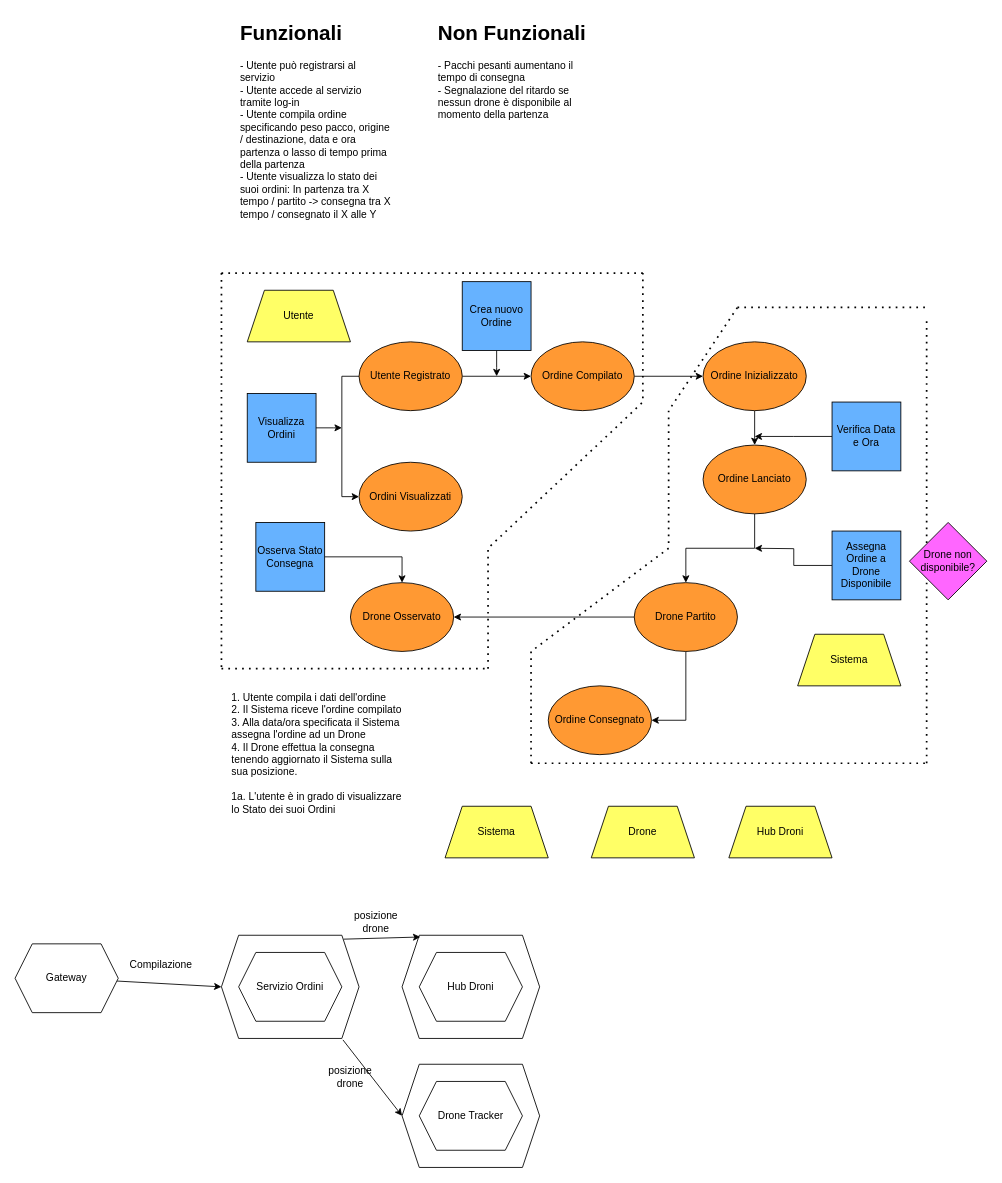
This is doc/event_storming_system.drawio from AlessandroStefani/sap_assignment01, a draw.io file, before an edit. Source tidied: cells renumbered, new cells numbered last; positions are measured from the earlier drawing's top-left corner, leaving out a move shared by most shapes. Both pictures are drawn from the tidied source at 86%, with x=0, y=0 at pixel (15, 15).
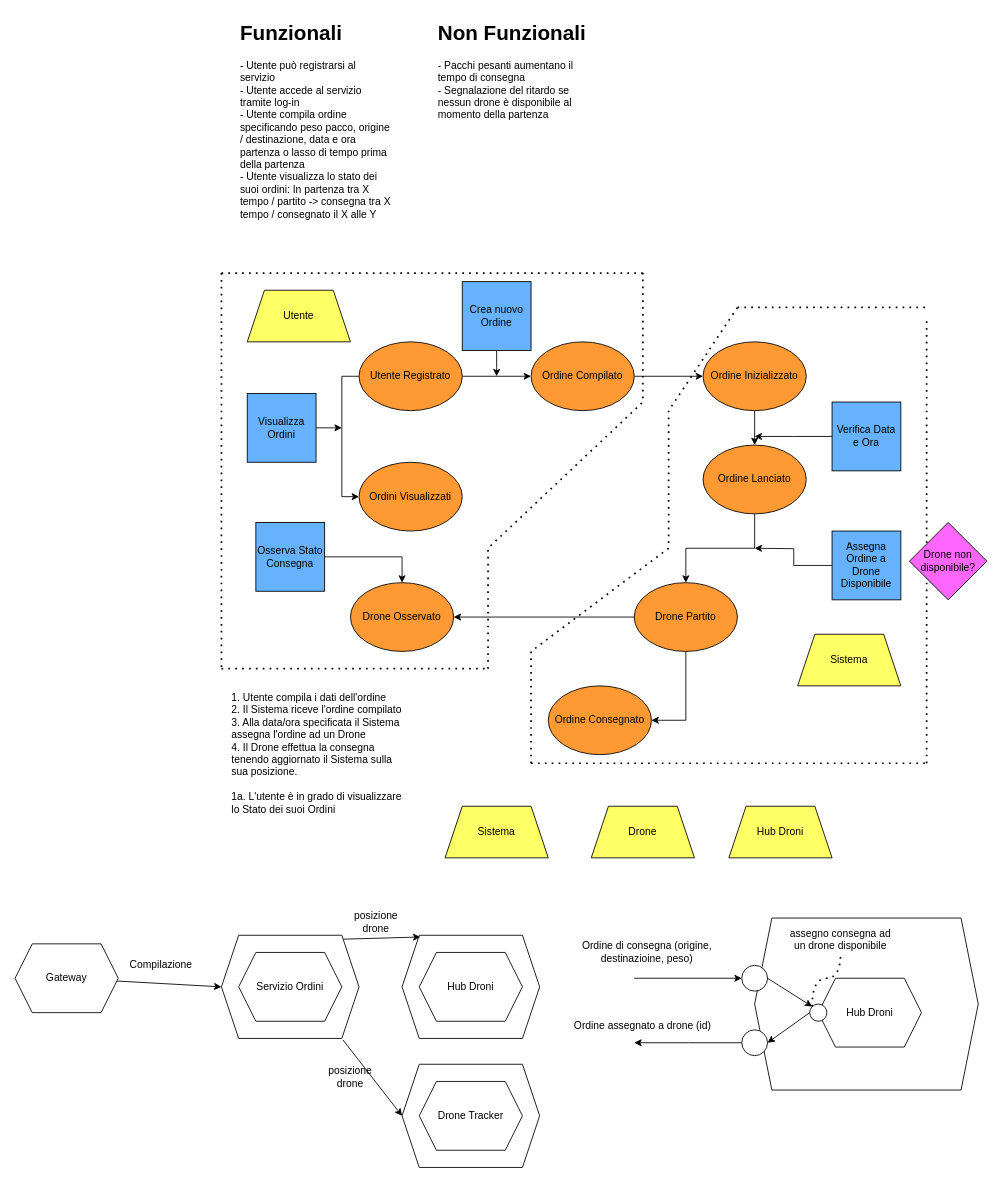
The same diagram, later.

Commit message:
add indication of inbound & outbound port + adapter for drone hub service

The edit, as a diff of the source:
```diff
@@
+    <mxCell id="58" value="Hub Droni" style="shape=hexagon;perimeter=hexagonPerimeter2;whiteSpace=wrap;html=1;fixedSize=1;" parent="1" vertex="1">
+      <mxGeometry x="934" y="1120" width="120" height="80" as="geometry" />
+    </mxCell>
+    <mxCell id="59" style="shape=hexagon;perimeter=hexagonPerimeter2;whiteSpace=wrap;html=1;fixedSize=1;fillColor=none;" parent="1" vertex="1">
+      <mxGeometry x="860" y="1050" width="260" height="200" as="geometry" />
+    </mxCell>
+    <mxCell id="60" style="ellipse;whiteSpace=wrap;html=1;" parent="1" vertex="1">
+      <mxGeometry x="845" y="1105" width="30" height="30" as="geometry" />
+    </mxCell>
+    <mxCell id="61" style="endArrow=classic;html=1;rounded=0;entryX=0;entryY=0.5;entryDx=0;entryDy=0;" parent="1" edge="1" target="60">
+      <mxGeometry relative="1" as="geometry">
+        <mxPoint x="720" y="1120" as="sourcePoint" />
+      </mxGeometry>
+    </mxCell>
+    <mxCell id="62" value="Ordine di consegna (origine, destinazioine, peso)" style="text;html=1;whiteSpace=wrap;strokeColor=none;fillColor=none;align=center;verticalAlign=middle;rounded=0;" parent="1" vertex="1">
+      <mxGeometry x="655" y="1075" width="160" height="30" as="geometry" />
+    </mxCell>
+    <mxCell id="63" style="edgeStyle=orthogonalEdgeStyle;rounded=0;jettySize=auto;html=1;" parent="1" edge="1" source="64">
+      <mxGeometry relative="1" as="geometry">
+        <mxPoint x="720" y="1195" as="targetPoint" />
+      </mxGeometry>
+    </mxCell>
+    <mxCell id="64" style="ellipse;whiteSpace=wrap;html=1;" parent="1" vertex="1">
+      <mxGeometry x="845" y="1180" width="30" height="30" as="geometry" />
+    </mxCell>
+    <mxCell id="65" style="rounded=0;jettySize=auto;html=1;exitX=1;exitY=0.5;exitDx=0;exitDy=0;entryX=0;entryY=0;entryDx=0;entryDy=0;" parent="1" edge="1" source="60" target="67">
+      <mxGeometry relative="1" as="geometry" />
+    </mxCell>
+    <mxCell id="66" style="rounded=0;jettySize=auto;html=1;exitX=0;exitY=0.5;exitDx=0;exitDy=0;entryX=1;entryY=0.5;entryDx=0;entryDy=0;" parent="1" edge="1" source="67" target="64">
+      <mxGeometry relative="1" as="geometry" />
+    </mxCell>
+    <mxCell id="67" style="ellipse;whiteSpace=wrap;html=1;" parent="1" vertex="1">
+      <mxGeometry x="924" y="1150" width="20" height="20" as="geometry" />
+    </mxCell>
+    <mxCell id="68" value="assegno consegna ad un drone disponibile" style="text;html=1;whiteSpace=wrap;strokeColor=none;fillColor=none;align=center;verticalAlign=middle;rounded=0;" parent="1" vertex="1">
+      <mxGeometry x="900" y="1060" width="120" height="30" as="geometry" />
+    </mxCell>
+    <mxCell id="69" style="endArrow=none;dashed=1;html=1;dashPattern=1 3;strokeWidth=2;rounded=0;edgeStyle=orthogonalEdgeStyle;curved=1;exitX=0;exitY=0;exitDx=0;exitDy=0;" parent="1" edge="1" source="67" target="68">
+      <mxGeometry relative="1" as="geometry" />
+    </mxCell>
+    <mxCell id="70" value="Ordine assegnato a drone (id)" style="text;html=1;whiteSpace=wrap;strokeColor=none;fillColor=none;align=center;verticalAlign=middle;rounded=0;" parent="1" vertex="1">
+      <mxGeometry x="645" y="1160" width="170" height="30" as="geometry" />
+    </mxCell>
```
